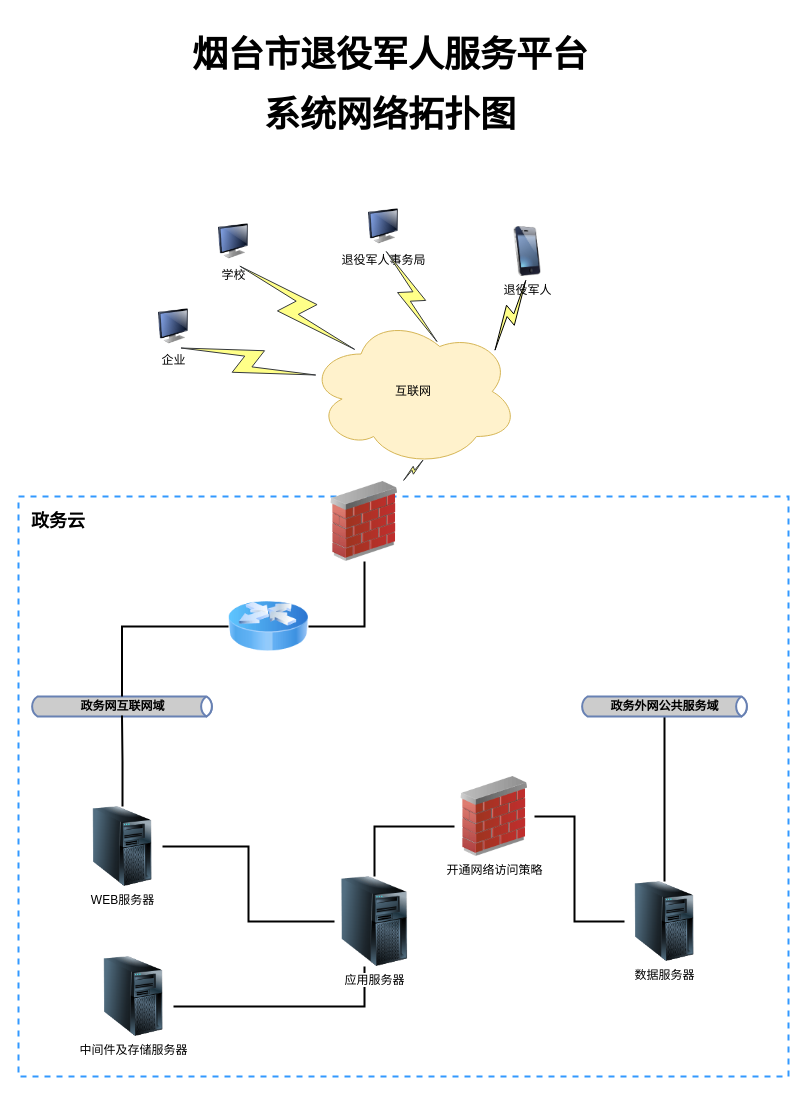
The draw.io diagram 系统网络拓扑图.drawio in z-cloud-z/draw, before the edit. Source tidied: cells renumbered, new cells numbered last; positions are measured from the earlier drawing's top-left corner, leaving out a move shared by most shapes. Both pictures are drawn from the tidied source at 100%, with x=0, y=0 at pixel (18, 36).
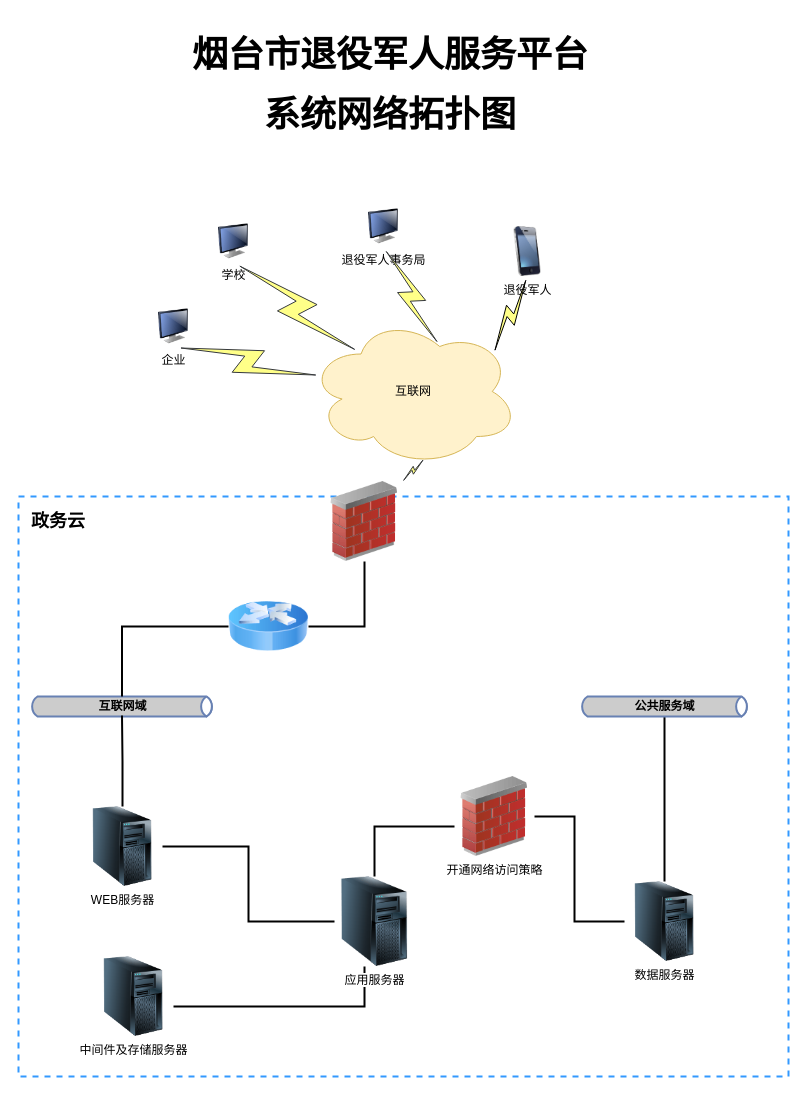
Above is the later version.

Commit message:
更新系统网络拓扑图.drawio

Diff of the diagram source:
```diff
@@
-    <mxCell id="16" value="&lt;b&gt;政务网互联网域&lt;/b&gt;" style="html=1;outlineConnect=0;fillColor=#CCCCCC;strokeColor=#6881B3;gradientColor=none;gradientDirection=north;strokeWidth=2;shape=mxgraph.networks.bus;gradientColor=none;gradientDirection=north;fontColor=#000000;perimeter=backbonePerimeter;backboneSize=20;" parent="1" vertex="1">
+    <mxCell id="16" value="&lt;b&gt;互联网域&lt;/b&gt;" style="html=1;outlineConnect=0;fillColor=#CCCCCC;strokeColor=#6881B3;gradientColor=none;gradientDirection=north;strokeWidth=2;shape=mxgraph.networks.bus;gradientColor=none;gradientDirection=north;fontColor=#000000;perimeter=backbonePerimeter;backboneSize=20;" parent="1" vertex="1">
       <mxGeometry x="11" y="660" width="185" height="20" as="geometry" />
     </mxCell>
@@
-    <mxCell id="29" value="&lt;b&gt;政务外网公共服务域&lt;/b&gt;" style="html=1;outlineConnect=0;fillColor=#CCCCCC;strokeColor=#6881B3;gradientColor=none;gradientDirection=north;strokeWidth=2;shape=mxgraph.networks.bus;gradientColor=none;gradientDirection=north;fontColor=#000000;perimeter=backbonePerimeter;backboneSize=20;" parent="1" vertex="1">
+    <mxCell id="29" value="&lt;b&gt;公共服务域&lt;/b&gt;" style="html=1;outlineConnect=0;fillColor=#CCCCCC;strokeColor=#6881B3;gradientColor=none;gradientDirection=north;strokeWidth=2;shape=mxgraph.networks.bus;gradientColor=none;gradientDirection=north;fontColor=#000000;perimeter=backbonePerimeter;backboneSize=20;" parent="1" vertex="1">
       <mxGeometry x="561" y="660" width="170" height="20" as="geometry" />
     </mxCell>
```
